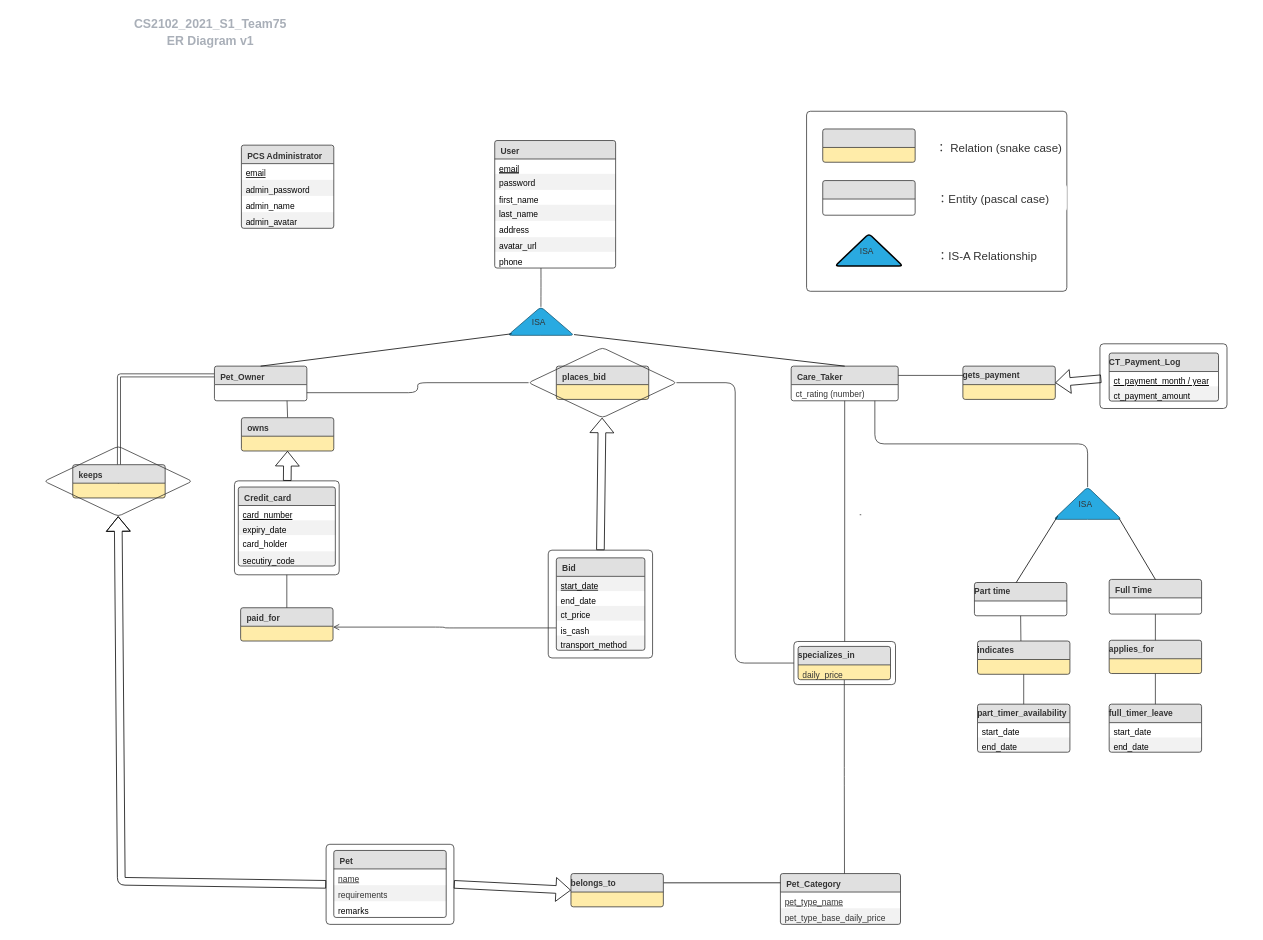
Before: er_diagram.drawio in tysg/petpets, a draw.io diagram. Source tidied: cells renumbered, new cells numbered last; positions are measured from the earlier drawing's top-left corner, leaving out a move shared by most shapes. Both pictures are drawn from the tidied source at 77%, with x=0, y=0 at pixel (13, 13).
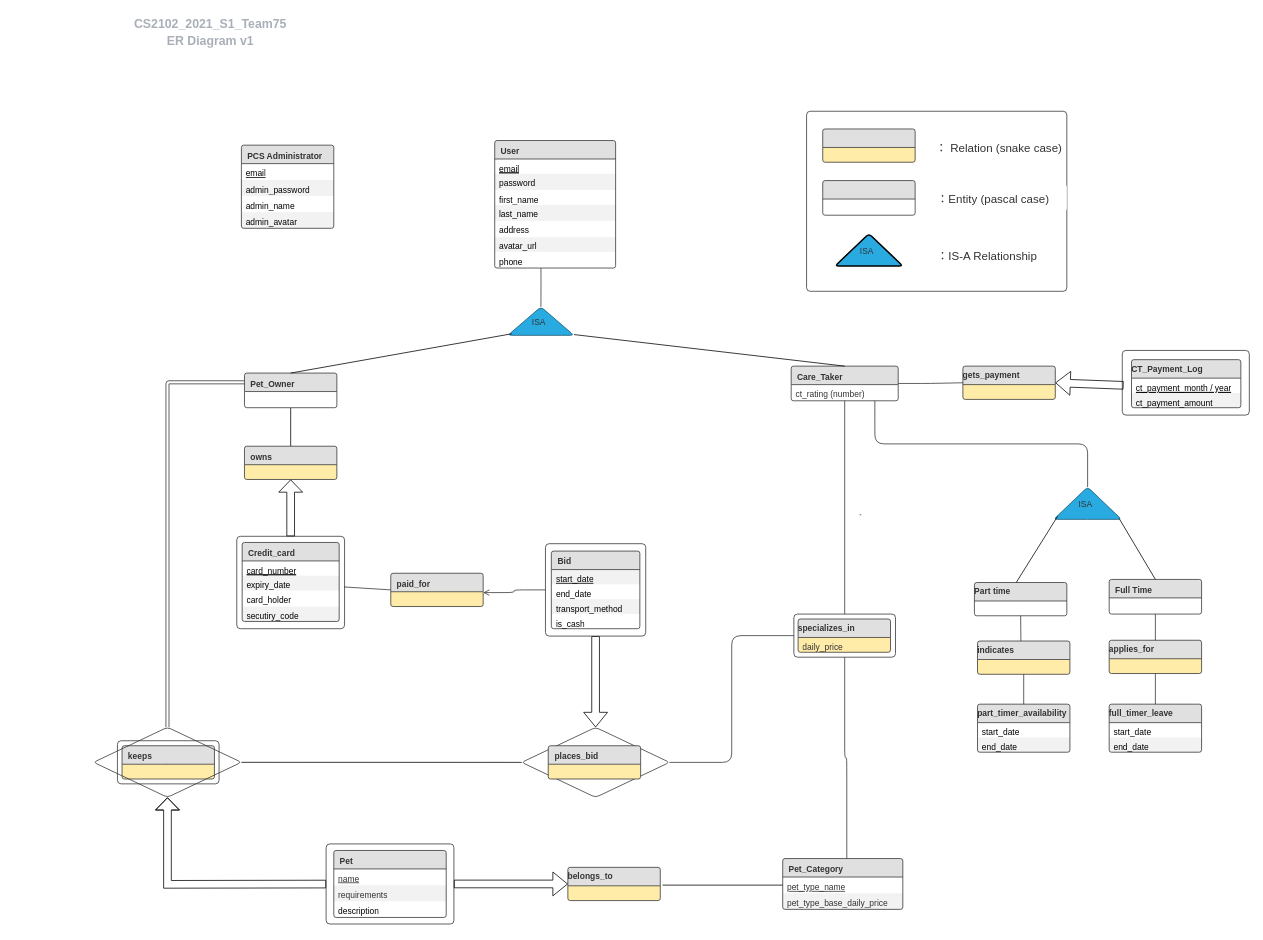
The same diagram, later.

Commit message:
bid now on pet and specializes.drawio

Unchanged cells that the change refers to:
```xml
<mxCell id="4" value="Care_Taker" style="html=1;whiteSpace=wrap;swimlane;horizontal=1;swimlaneFillColor=#ffffff;startSize=24;fontSize=11;fontColor=#333333;align=left;spacingLeft=6.72;spacingRight=11.2;spacingTop=3.2;spacing=2;strokeColor=#333333;strokeOpacity=100;fillOpacity=100;rounded=1;absoluteArcSize=1;arcSize=6;fillColor=#ffffff;fillColor=#e0e0e0;" parent="1" vertex="1">
  <mxGeometry x="1010" y="458" width="139" height="45" as="geometry" />
</mxCell>
<mxCell id="22" value="Pet" style="html=1;whiteSpace=wrap;swimlane;horizontal=1;swimlaneFillColor=#ffffff;startSize=24;fontSize=11;fontColor=#333333;align=left;spacingLeft=6.72;spacingRight=11.2;spacingTop=3.2;spacing=2;strokeColor=#333333;strokeOpacity=100;fillOpacity=100;rounded=1;absoluteArcSize=1;arcSize=6;fillColor=#ffffff;fillColor=#e0e0e0;" parent="1" vertex="1">
  <mxGeometry x="416" y="1087" width="146" height="87" as="geometry" />
</mxCell>
<mxCell id="27" value="pet_type_name" style="strokeColor=none;align=left;verticalAlign=top;spacingLeft=4;spacingRight=4;overflow=hidden;points=[[0,0.5],[1,0.5]];portConstraint=eastwest;html=1;swimlaneFillColor=#ffffff;fontSize=11;fontColor=#333333;fontStyle=4;fillColor=none;strokeOpacity=100;fillOpacity=100;" parent="26" vertex="1">
  <mxGeometry y="24" width="156" height="21" as="geometry" />
</mxCell>
<mxCell id="50" style="strokeColor=none;align=left;verticalAlign=top;spacingLeft=4;spacingRight=4;overflow=hidden;points=[[0,0.5],[1,0.5]];portConstraint=eastwest;html=1;swimlaneFillColor=#ffeca9;fontSize=11;fillColor=none;strokeOpacity=100;fillOpacity=100;" parent="49" vertex="1">
  <mxGeometry y="24" width="120" height="19.2" as="geometry" />
</mxCell>
<mxCell id="66" style="strokeColor=none;align=left;verticalAlign=top;spacingLeft=4;spacingRight=4;overflow=hidden;points=[[0,0.5],[1,0.5]];portConstraint=eastwest;html=1;swimlaneFillColor=#ffeca9;fontSize=11;fillColor=none;strokeOpacity=100;fillOpacity=100;" parent="65" vertex="1">
  <mxGeometry y="24" width="120" height="19.2" as="geometry" />
</mxCell>
<mxCell id="78" value="gets_payment" style="html=1;whiteSpace=wrap;swimlane;horizontal=1;swimlaneFillColor=#ffeca9;startSize=24;fontSize=11;fontColor=#333333;align=left;spacing=0;strokeColor=#333333;strokeOpacity=100;fillOpacity=100;rounded=1;absoluteArcSize=1;arcSize=6;fillColor=#ffeca9;fillColor=#e0e0e0;" parent="1" vertex="1">
  <mxGeometry x="1233" y="458" width="120" height="43.2" as="geometry" />
</mxCell>
```

Change to the diagram source:
```diff
@@
-    <mxCell id="3" style="html=1;jettySize=18;overflow=width;strokeColor=#333333;strokeOpacity=100;rounded=1;arcSize=16;edgeStyle=orthogonalEdgeStyle;startArrow=none;endArrow=none;exitX=0.5;exitY=-0.006944444444444444;exitPerimeter=1;entryX=-0.0025;entryY=0.2655000000000003;entryPerimeter=1;shape=link;" parent="1" edge="1" source="52" target="6">
+    <mxCell id="3" style="html=1;jettySize=18;overflow=width;strokeColor=#333333;strokeOpacity=100;rounded=1;arcSize=16;edgeStyle=orthogonalEdgeStyle;startArrow=none;endArrow=none;exitX=0.5;exitY=0;entryX=-0.0025;entryY=0.2655000000000003;entryPerimeter=1;shape=link;exitDx=0;exitDy=0;" parent="1" edge="1" source="82" target="6">
       <mxGeometry relative="1" as="geometry" />
     </mxCell>
@@
+    <mxCell id="115" style="edgeStyle=none;rounded=0;jettySize=auto;html=1;entryX=0.5;entryY=0;entryDx=0;entryDy=0;horizontal=1;endArrow=none;endFill=0;" parent="1" edge="1" source="6" target="65">
+      <mxGeometry relative="1" as="geometry" />
+    </mxCell>
     <mxCell id="6" value="Pet_Owner" style="html=1;whiteSpace=wrap;swimlane;horizontal=1;swimlaneFillColor=#ffffff;startSize=24;fontSize=11;fontColor=#333333;align=left;spacingLeft=6.72;spacingRight=11.2;spacingTop=3.2;spacing=2;strokeColor=#333333;strokeOpacity=100;fillOpacity=100;rounded=1;absoluteArcSize=1;arcSize=6;fillColor=#ffffff;fillColor=#e0e0e0;" parent="1" vertex="1">
-      <mxGeometry x="261" y="458" width="120" height="45" as="geometry" />
+      <mxGeometry x="300" y="467" width="120" height="45" as="geometry" />
     </mxCell>
@@
-    <mxCell id="25" value="remarks" style="strokeColor=none;align=left;verticalAlign=top;spacingLeft=4;spacingRight=4;overflow=hidden;html=1;swimlaneFillColor=#ffffff;fontSize=11;fontColor=#000000;fillColor=none;strokeOpacity=100;fillOpacity=100;" parent="22" vertex="1">
+    <mxCell id="25" value="description" style="strokeColor=none;align=left;verticalAlign=top;spacingLeft=4;spacingRight=4;overflow=hidden;html=1;swimlaneFillColor=#ffffff;fontSize=11;fontColor=#000000;fillColor=none;strokeOpacity=100;fillOpacity=100;" parent="22" vertex="1">
       <mxGeometry y="66" width="146" height="21" as="geometry" />
     </mxCell>
     <mxCell id="26" value="Pet_Category" style="html=1;whiteSpace=wrap;swimlane;horizontal=1;swimlaneFillColor=#ffffff;startSize=24;fontSize=11;fontColor=#333333;align=left;spacingLeft=6.72;spacingRight=11.2;spacingTop=3.2;spacing=2;strokeColor=#333333;strokeOpacity=100;fillOpacity=100;rounded=1;absoluteArcSize=1;arcSize=6;fillColor=#ffffff;fillColor=#e0e0e0;" parent="1" vertex="1">
-      <mxGeometry x="996" y="1117" width="156" height="66" as="geometry" />
+      <mxGeometry x="999" y="1097.5" width="156" height="66" as="geometry" />
     </mxCell>
@@
     <mxCell id="34" style="html=1;jettySize=18;overflow=width;rounded=0;startArrow=none;endArrow=none;exitX=0.5;exitY=1.0069444444444444;exitPerimeter=1;" parent="1" edge="1" source="52">
       <mxGeometry relative="1" as="geometry">
-        <mxPoint x="136" y="607" as="targetPoint" />
+        <mxPoint x="200" y="972" as="targetPoint" />
       </mxGeometry>
     </mxCell>
@@
-    <mxCell id="36" style="html=1;jettySize=18;overflow=width;strokeColor=#333333;strokeOpacity=100;rounded=1;arcSize=24;edgeStyle=orthogonalEdgeStyle;startArrow=none;endArrow=none;exitX=0.5;exitY=1.0069444444444444;exitPerimeter=1;entryX=0.5338647266316752;entryY=-0.004545454545454545;entryPerimeter=1;" parent="1" edge="1" source="42" target="26">
+    <mxCell id="36" style="html=1;jettySize=18;overflow=width;strokeColor=#333333;strokeOpacity=100;rounded=1;arcSize=24;edgeStyle=orthogonalEdgeStyle;startArrow=none;endArrow=none;exitX=0.5;exitY=1;entryX=0.5338647266316752;entryY=-0.004545454545454545;entryPerimeter=1;exitDx=0;exitDy=0;" parent="1" edge="1" source="81" target="26">
       <mxGeometry relative="1" as="geometry" />
     </mxCell>
@@
-    <mxCell id="41" style="html=1;jettySize=18;overflow=width;rounded=0;startArrow=none;endArrow=none;exitX=1.0025;exitY=0.2777777777777778;exitPerimeter=1;entryX=-0.0019221987116632689;entryY=0.18059496445621329;entryPerimeter=1;" parent="1" edge="1" source="49" target="26">
+    <mxCell id="41" style="html=1;jettySize=18;overflow=width;rounded=0;startArrow=none;endArrow=none;exitX=1.025;exitY=-0.047;exitPerimeter=0;entryX=0;entryY=0.5;exitDx=0;exitDy=0;entryDx=0;entryDy=0;" parent="1" edge="1" source="50" target="27">
       <mxGeometry relative="1" as="geometry" />
     </mxCell>
     <mxCell id="42" value="specializes_in" style="html=1;whiteSpace=wrap;swimlane;horizontal=1;swimlaneFillColor=#ffeca9;startSize=24;fontSize=11;fontColor=#333333;align=left;spacing=0;strokeColor=#333333;strokeOpacity=100;fillOpacity=100;rounded=1;absoluteArcSize=1;arcSize=6;fillColor=#ffeca9;fillColor=#e0e0e0;" parent="1" vertex="1">
-      <mxGeometry x="1019" y="822" width="120" height="43.2" as="geometry" />
+      <mxGeometry x="1019" y="786.4" width="120" height="43.2" as="geometry" />
     </mxCell>
@@
     <mxCell id="44" value="Credit_card" style="html=1;whiteSpace=wrap;swimlane;horizontal=1;swimlaneFillColor=#ffffff;startSize=24;fontSize=11;fontColor=#333333;align=left;spacingLeft=6.72;spacingRight=11.2;spacingTop=3.2;spacing=2;strokeColor=#333333;strokeOpacity=100;fillOpacity=100;rounded=1;absoluteArcSize=1;arcSize=6;fillColor=#ffffff;fillColor=#e0e0e0;" parent="1" vertex="1">
-      <mxGeometry x="292" y="615" width="126" height="102.6" as="geometry" />
+      <mxGeometry x="297" y="687" width="126" height="102.6" as="geometry" />
     </mxCell>
@@
     <mxCell id="49" value="belongs_to" style="html=1;whiteSpace=wrap;swimlane;horizontal=1;swimlaneFillColor=#ffeca9;startSize=24;fontSize=11;fontColor=#333333;align=left;spacing=0;strokeColor=#333333;strokeOpacity=100;fillOpacity=100;rounded=1;absoluteArcSize=1;arcSize=6;fillColor=#ffeca9;fillColor=#e0e0e0;" parent="1" vertex="1">
-      <mxGeometry x="724" y="1117" width="120" height="43.2" as="geometry" />
+      <mxGeometry x="720" y="1108.9" width="120" height="43.2" as="geometry" />
     </mxCell>
@@
     <mxCell id="52" value="keeps" style="html=1;whiteSpace=wrap;swimlane;horizontal=1;swimlaneFillColor=#ffeca9;startSize=24;fontSize=11;fontColor=#333333;align=left;spacingLeft=6.72;spacingRight=11.2;spacingTop=3.2;spacing=2;strokeColor=#333333;strokeOpacity=100;fillOpacity=100;rounded=1;absoluteArcSize=1;arcSize=6;fillColor=#ffeca9;fillColor=#e0e0e0;" parent="1" vertex="1">
-      <mxGeometry x="77" y="586" width="120" height="43.2" as="geometry" />
+      <mxGeometry x="141" y="951" width="120" height="43.2" as="geometry" />
     </mxCell>
@@
-    <mxCell id="54" value="places_bid" style="html=1;whiteSpace=wrap;swimlane;horizontal=1;swimlaneFillColor=#ffeca9;startSize=24;fontSize=11;fontColor=#333333;align=left;spacingLeft=6.72;spacingRight=11.2;spacingTop=3.2;spacing=2;strokeColor=#333333;strokeOpacity=100;fillOpacity=100;rounded=1;absoluteArcSize=1;arcSize=6;fillColor=#ffeca9;fillColor=#e0e0e0;" parent="1" vertex="1">
-      <mxGeometry x="705" y="458" width="120" height="43.2" as="geometry" />
-    </mxCell>
-    <mxCell id="55" style="strokeColor=none;align=left;verticalAlign=top;spacingLeft=4;spacingRight=4;overflow=hidden;html=1;swimlaneFillColor=#ffeca9;fontSize=11;fillColor=none;strokeOpacity=100;fillOpacity=100;" parent="54" vertex="1">
-      <mxGeometry y="24" width="120" height="19.2" as="geometry" />
-    </mxCell>
     <mxCell id="56" value="paid_for" style="html=1;whiteSpace=wrap;swimlane;horizontal=1;swimlaneFillColor=#ffeca9;startSize=24;fontSize=11;fontColor=#333333;align=left;spacingLeft=6.72;spacingRight=11.2;spacingTop=3.2;spacing=2;strokeColor=#333333;strokeOpacity=100;fillOpacity=100;rounded=1;absoluteArcSize=1;arcSize=6;fillColor=#ffeca9;fillColor=#e0e0e0;" parent="1" vertex="1">
-      <mxGeometry x="295" y="771.8" width="120" height="43.2" as="geometry" />
+      <mxGeometry x="490" y="727" width="120" height="43.2" as="geometry" />
     </mxCell>
@@
-    <mxCell id="63" style="html=1;jettySize=18;overflow=width;strokeColor=#333333;strokeOpacity=100;rounded=1;arcSize=24;edgeStyle=orthogonalEdgeStyle;startArrow=none;endArrow=none;exitX=0.5;exitY=-0.006944444444444444;exitPerimeter=1;entryX=0.7894008292482327;entryY=1.0066666666666682;entryPerimeter=1;" parent="1" edge="1" source="65" target="6">
-      <mxGeometry relative="1" as="geometry" />
-    </mxCell>
-    <mxCell id="64" style="html=1;jettySize=18;overflow=width;strokeColor=#333333;strokeOpacity=100;rounded=1;arcSize=24;edgeStyle=orthogonalEdgeStyle;startArrow=none;endArrow=none;exitX=1.0025;exitY=0.7680000000000003;exitPerimeter=1;entryX=0;entryY=0.5;entryDx=0;entryDy=0;" parent="1" edge="1" source="6" target="83">
-      <mxGeometry relative="1" as="geometry" />
-    </mxCell>
     <mxCell id="65" value="owns" style="html=1;whiteSpace=wrap;swimlane;horizontal=1;swimlaneFillColor=#ffeca9;startSize=24;fontSize=11;fontColor=#333333;align=left;spacingLeft=6.72;spacingRight=11.2;spacingTop=3.2;spacing=2;strokeColor=#333333;strokeOpacity=100;fillOpacity=100;rounded=1;absoluteArcSize=1;arcSize=6;fillColor=#ffeca9;fillColor=#e0e0e0;" parent="1" vertex="1">
-      <mxGeometry x="296" y="525" width="120" height="43.2" as="geometry" />
+      <mxGeometry x="300" y="562" width="120" height="43.2" as="geometry" />
     </mxCell>
@@
+    <mxCell id="105" style="edgeStyle=none;shape=flexArrow;rounded=0;jettySize=auto;html=1;entryX=0.5;entryY=1;entryDx=0;entryDy=0;startSize=5;endArrow=classic;endFill=1;endSize=5;" parent="1" edge="1" source="74" target="82">
+      <mxGeometry relative="1" as="geometry">
+        <Array as="points">
+          <mxPoint x="200" y="1131" />
+        </Array>
+      </mxGeometry>
+    </mxCell>
     <mxCell id="74" style="html=1;whiteSpace=wrap;fontSize=11;spacing=0;strokeColor=#333333;strokeOpacity=100;fillOpacity=0;rounded=1;absoluteArcSize=1;arcSize=9.6;fillColor=#000000;" parent="1" vertex="1">
-      <mxGeometry x="406" y="1079" width="166" height="104" as="geometry" />
+      <mxGeometry x="406" y="1078.5" width="166" height="104" as="geometry" />
     </mxCell>
     <mxCell id="75" value="CT_Payment_Log" style="html=1;whiteSpace=wrap;swimlane;horizontal=1;swimlaneFillColor=#ffffff;startSize=24;fontSize=11;fontColor=#333333;align=left;spacing=0;strokeColor=#333333;strokeOpacity=100;fillOpacity=100;rounded=1;absoluteArcSize=1;arcSize=6;fillColor=#ffffff;fillColor=#e0e0e0;" parent="1" vertex="1">
-      <mxGeometry x="1423" y="441" width="142" height="62.4" as="geometry" />
+      <mxGeometry x="1452" y="449.6" width="142" height="62.4" as="geometry" />
     </mxCell>
@@
-    <mxCell id="80" style="html=1;jettySize=18;overflow=width;strokeColor=#333333;strokeOpacity=100;rounded=1;arcSize=24;edgeStyle=orthogonalEdgeStyle;startArrow=none;endArrow=none;exitX=1.0021627083509903;exitY=0.26666666666666666;exitPerimeter=1;entryX=-0.002500000000000071;entryY=0.2777777777777778;entryPerimeter=1;" parent="1" edge="1" source="4" target="78">
+    <mxCell id="80" style="html=1;jettySize=18;overflow=width;strokeColor=#333333;strokeOpacity=100;rounded=1;arcSize=24;edgeStyle=orthogonalEdgeStyle;startArrow=none;endArrow=none;exitX=1;exitY=0.5;entryX=0;entryY=0.5;entryDx=0;entryDy=0;exitDx=0;exitDy=0;" parent="1" edge="1" source="4" target="78">
       <mxGeometry relative="1" as="geometry" />
     </mxCell>
     <mxCell id="81" style="html=1;whiteSpace=wrap;fontSize=11;spacing=0;strokeColor=#333333;strokeOpacity=100;fillOpacity=0;rounded=1;absoluteArcSize=1;arcSize=9.6;fillColor=#000000;" parent="1" vertex="1">
-      <mxGeometry x="1013.5" y="815.6" width="132" height="56" as="geometry" />
+      <mxGeometry x="1013.5" y="780" width="132" height="56" as="geometry" />
     </mxCell>
+    <mxCell id="116" style="rounded=0;jettySize=auto;html=1;entryX=0;entryY=0.5;entryDx=0;entryDy=0;startSize=5;endArrow=none;endFill=0;endSize=5;" parent="1" edge="1" source="82" target="83">
+      <mxGeometry relative="1" as="geometry" />
+    </mxCell>
     <mxCell id="82" style="html=1;whiteSpace=wrap;shape=rhombus;fontSize=11;spacing=0;strokeColor=#333333;strokeOpacity=100;fillOpacity=0;rounded=1;absoluteArcSize=1;arcSize=9.6;fillColor=#000000;" parent="1" vertex="1">
-      <mxGeometry x="40" y="562" width="192" height="91" as="geometry" />
+      <mxGeometry x="104" y="927" width="192" height="91" as="geometry" />
     </mxCell>
     <mxCell id="83" style="html=1;whiteSpace=wrap;shape=rhombus;fontSize=11;spacing=0;strokeColor=#333333;strokeOpacity=100;fillOpacity=0;rounded=1;absoluteArcSize=1;arcSize=9.6;fillColor=#000000;" parent="1" vertex="1">
-      <mxGeometry x="669" y="434" width="192" height="91" as="geometry" />
+      <mxGeometry x="660" y="927.1" width="192" height="91" as="geometry" />
     </mxCell>
+    <mxCell id="54" value="places_bid" style="html=1;whiteSpace=wrap;swimlane;horizontal=1;swimlaneFillColor=#ffeca9;startSize=24;fontSize=11;fontColor=#333333;align=left;spacingLeft=6.72;spacingRight=11.2;spacingTop=3.2;spacing=2;strokeColor=#333333;strokeOpacity=100;fillOpacity=100;rounded=1;absoluteArcSize=1;arcSize=6;fillColor=#ffeca9;fillColor=#e0e0e0;" parent="83" vertex="1">
+      <mxGeometry x="34.5" y="23.9" width="120" height="43.2" as="geometry" />
+    </mxCell>
+    <mxCell id="55" style="strokeColor=none;align=left;verticalAlign=top;spacingLeft=4;spacingRight=4;overflow=hidden;html=1;swimlaneFillColor=#ffeca9;fontSize=11;fillColor=none;strokeOpacity=100;fillOpacity=100;" parent="54" vertex="1">
+      <mxGeometry y="24" width="120" height="19.2" as="geometry" />
+    </mxCell>
-    <mxCell id="84" style="html=1;jettySize=18;overflow=width;strokeColor=#333333;strokeOpacity=100;rounded=1;arcSize=24;edgeStyle=orthogonalEdgeStyle;startArrow=open;endArrow=none;exitX=1.0025;exitY=0.5817417078924021;exitPerimeter=1;entryX=-0.0026109110617122205;entryY=0.7596569963491022;entryPerimeter=1;" parent="1" edge="1" source="56" target="108">
+    <mxCell id="84" style="html=1;jettySize=18;overflow=width;strokeColor=#333333;strokeOpacity=100;rounded=1;arcSize=24;edgeStyle=orthogonalEdgeStyle;startArrow=open;endArrow=none;exitX=1.0025;exitY=0.5817417078924021;exitPerimeter=1;" parent="1" edge="1" source="56" target="114">
       <mxGeometry relative="1" as="geometry" />
     </mxCell>
-    <mxCell id="85" style="html=1;jettySize=18;overflow=width;strokeColor=#333333;strokeOpacity=100;rounded=0;startArrow=none;endArrow=none;exitX=0.49999999977471604;exitY=1.0024602514334262;exitPerimeter=1;entryX=0.5;entryY=0;entryDx=0;entryDy=0;" parent="1" edge="1" source="100" target="56">
+    <mxCell id="85" style="html=1;jettySize=18;overflow=width;strokeColor=#333333;strokeOpacity=100;rounded=0;startArrow=none;endArrow=none;exitX=0.995;exitY=0.548;exitPerimeter=0;entryX=0;entryY=0.5;entryDx=0;entryDy=0;exitDx=0;exitDy=0;" parent="1" edge="1" source="100" target="56">
       <mxGeometry relative="1" as="geometry" />
     </mxCell>
@@
     <mxCell id="100" style="html=1;whiteSpace=wrap;fontSize=11;spacing=0;strokeColor=#333333;strokeOpacity=100;fillOpacity=0;rounded=1;absoluteArcSize=1;arcSize=9.6;fillColor=#000000;" parent="1" vertex="1">
-      <mxGeometry x="287" y="607" width="136" height="122" as="geometry" />
+      <mxGeometry x="290" y="679" width="140" height="120" as="geometry" />
     </mxCell>
     <mxCell id="101" style="html=1;whiteSpace=wrap;fontSize=11;spacing=0;strokeColor=#333333;strokeOpacity=100;fillOpacity=0;rounded=1;absoluteArcSize=1;arcSize=9.6;fillColor=#000000;" parent="1" vertex="1">
-      <mxGeometry x="1411" y="429" width="165" height="84" as="geometry" />
+      <mxGeometry x="1440" y="437.6" width="165" height="84" as="geometry" />
     </mxCell>
@@
-    <mxCell id="104" style="shape=flexArrow;html=1;" parent="1" edge="1" source="100" target="66">
+    <mxCell id="104" style="shape=flexArrow;html=1;endSize=5;startSize=5;" parent="1" edge="1" source="100" target="66">
       <mxGeometry relative="1" as="geometry" />
     </mxCell>
-    <mxCell id="105" style="shape=flexArrow;html=1;entryX=0.5;entryY=1;entryDx=0;entryDy=0;exitX=0;exitY=0.5;exitDx=0;exitDy=0;" parent="1" edge="1" source="74" target="82">
-      <mxGeometry relative="1" as="geometry">
-        <Array as="points">
-          <mxPoint x="140" y="1127" />
-        </Array>
-      </mxGeometry>
-    </mxCell>
@@
-    <mxCell id="107" style="shape=flexArrow;html=1;exitX=0.5;exitY=0;exitDx=0;exitDy=0;" parent="1" edge="1" source="114" target="83">
+    <mxCell id="107" style="shape=flexArrow;html=1;exitX=0.5;exitY=1;exitDx=0;exitDy=0;" parent="1" edge="1" source="114" target="83">
       <mxGeometry relative="1" as="geometry" />
     </mxCell>
     <mxCell id="108" value="Bid" style="html=1;whiteSpace=wrap;swimlane;horizontal=1;swimlaneFillColor=#ffffff;startSize=24;fontSize=11;fontColor=#333333;align=left;spacingLeft=6.72;spacingRight=11.2;spacingTop=3.2;spacing=2;strokeColor=#333333;strokeOpacity=100;fillOpacity=100;rounded=1;absoluteArcSize=1;arcSize=6;fillColor=#ffffff;fillColor=#e0e0e0;" parent="1" vertex="1">
-      <mxGeometry x="705" y="707" width="115" height="120" as="geometry" />
+      <mxGeometry x="698.5" y="698.2" width="115" height="100.8" as="geometry" />
     </mxCell>
@@
-    <mxCell id="111" value="  ct_price" style="strokeColor=none;align=left;verticalAlign=top;spacingLeft=4;spacingRight=4;overflow=hidden;html=1;swimlaneFillColor=#ffffff;fontSize=11;fillColor=#000000;opacity=5;" parent="108" vertex="1">
+    <mxCell id="111" value="transport_method" style="strokeColor=none;align=left;verticalAlign=top;spacingLeft=4;spacingRight=4;overflow=hidden;html=1;swimlaneFillColor=#ffffff;fontSize=11;fillColor=#000000;opacity=5;" parent="108" vertex="1">
       <mxGeometry y="62.4" width="115" height="19.2" as="geometry" />
     </mxCell>
@@
-    <mxCell id="113" value="  transport_method" style="strokeColor=none;align=left;verticalAlign=top;spacingLeft=4;spacingRight=4;overflow=hidden;html=1;swimlaneFillColor=#ffffff;fontSize=11;fillColor=#000000;opacity=5;" parent="108" vertex="1">
-      <mxGeometry y="100.8" width="115" height="19.2" as="geometry" />
-    </mxCell>
     <mxCell id="114" style="html=1;whiteSpace=wrap;fontSize=11;spacing=0;strokeColor=#333333;strokeOpacity=100;fillOpacity=0;rounded=1;absoluteArcSize=1;arcSize=9.6;fillColor=#000000;" parent="1" vertex="1">
-      <mxGeometry x="694.5" y="697" width="135.5" height="140" as="geometry" />
+      <mxGeometry x="690.9" y="688.6" width="130.2" height="120" as="geometry" />
     </mxCell>
+    <mxCell id="117" style="html=1;whiteSpace=wrap;fontSize=11;spacing=0;strokeColor=#333333;strokeOpacity=100;fillOpacity=0;rounded=1;absoluteArcSize=1;arcSize=9.6;fillColor=#000000;" parent="1" vertex="1">
+      <mxGeometry x="135" y="944.5" width="132" height="56" as="geometry" />
+    </mxCell>
```
